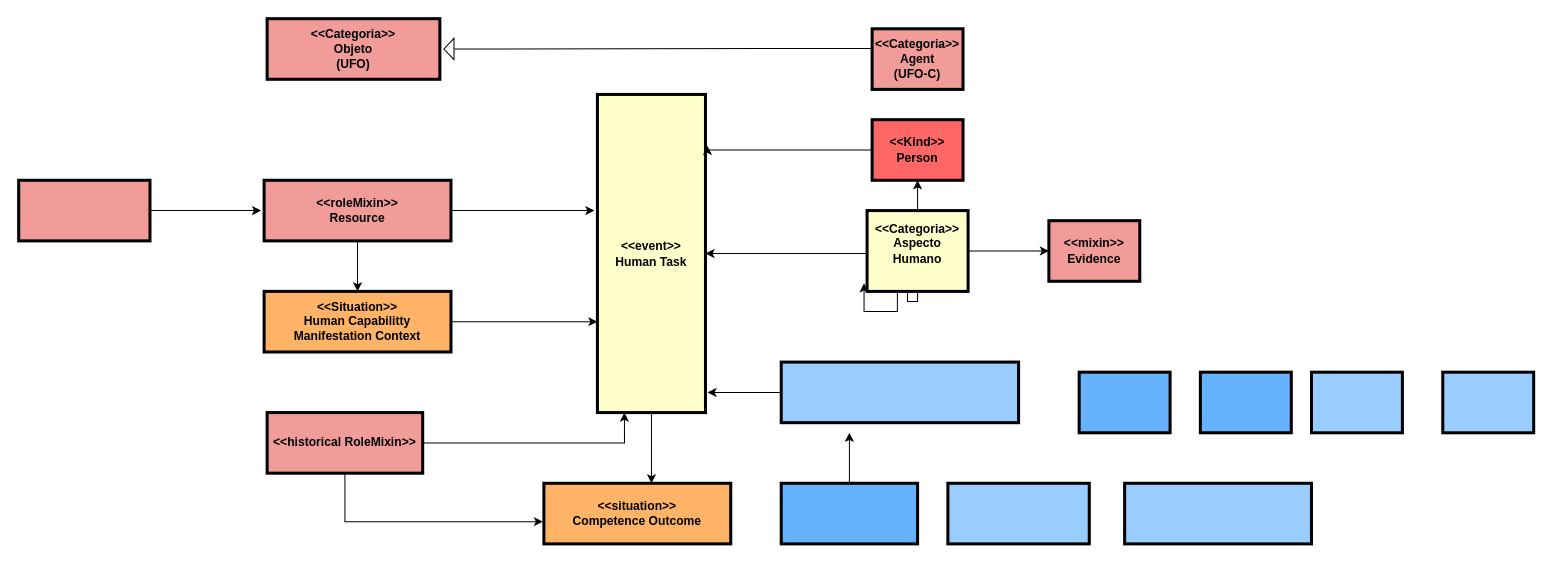
This is Ontologia de Competencias.drawio from RosianeSangali/RosianeSangali, a draw.io file, before an edit. Source tidied: cells renumbered, new cells numbered last; positions are measured from the earlier drawing's top-left corner, leaving out a move shared by most shapes. Both pictures are drawn from the tidied source at 101%, with x=0, y=0 at pixel (18, 18).
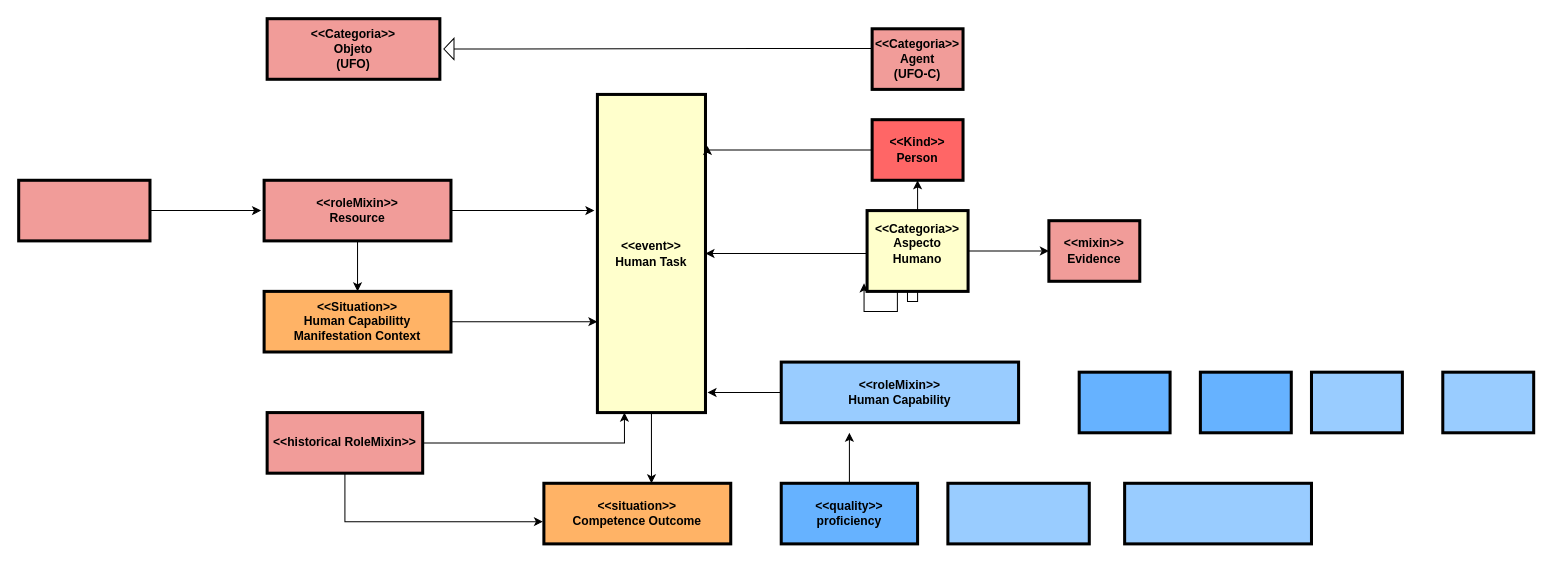
After the change.

Change to the diagram source:
```diff
@@
-    <mxCell id="14" style="whiteSpace=wrap;align=center;verticalAlign=middle;fontStyle=1;strokeWidth=3;fillColor=#99CCFF;" parent="1" vertex="1">
+    <mxCell id="14" value="&lt;&lt;roleMixin&gt;&gt;&#10;Human Capability" style="whiteSpace=wrap;align=center;verticalAlign=middle;fontStyle=1;strokeWidth=3;fillColor=#99CCFF;" parent="1" vertex="1">
       <mxGeometry x="755" y="340" width="235" height="60" as="geometry" />
     </mxCell>
@@
-    <mxCell id="20" style="whiteSpace=wrap;align=center;verticalAlign=middle;fontStyle=1;strokeWidth=3;fillColor=#66B2FF;" parent="1" vertex="1">
+    <mxCell id="20" value="&lt;&lt;quality&gt;&gt;&#10;proficiency" style="whiteSpace=wrap;align=center;verticalAlign=middle;fontStyle=1;strokeWidth=3;fillColor=#66B2FF;" parent="1" vertex="1">
       <mxGeometry x="755" y="460" width="135" height="60" as="geometry" />
     </mxCell>
```
